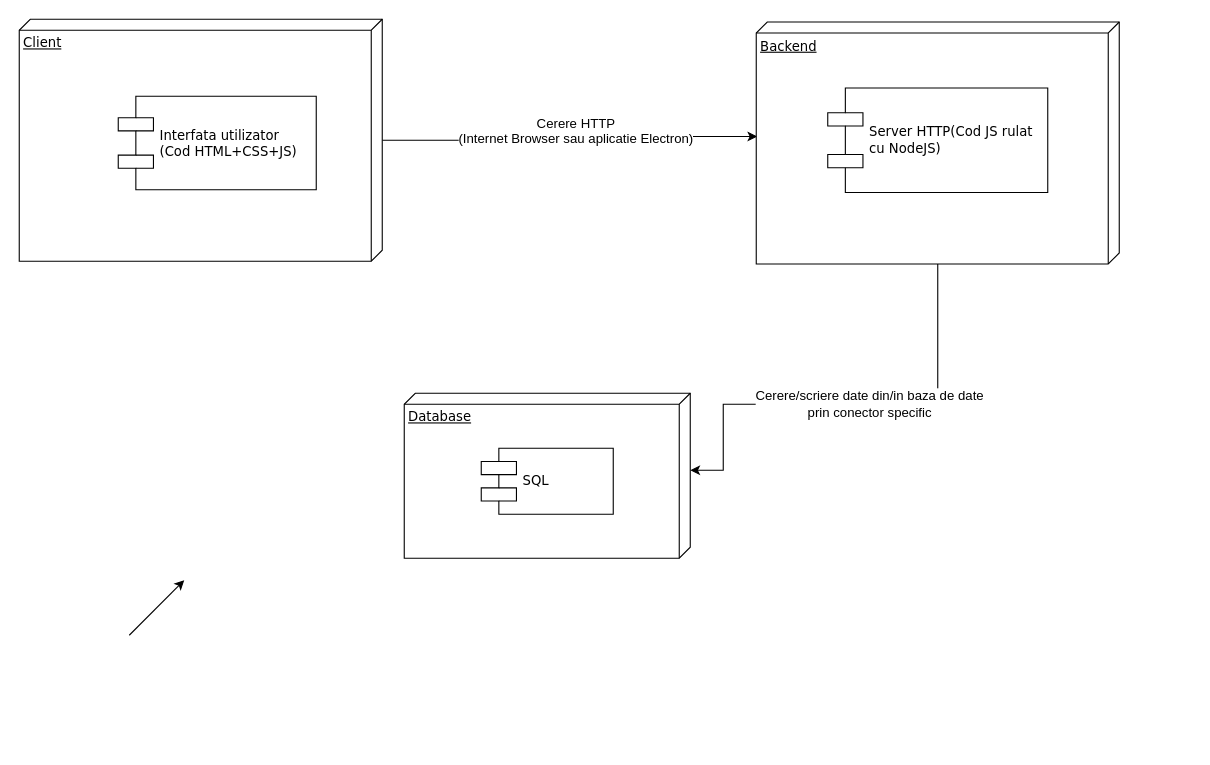
Above: Untitled Diagram.drawio in drakiula/diagrams (draw.io), before the change. Source tidied: cells renumbered, new cells numbered last; positions are measured from the earlier drawing's top-left corner, leaving out a move shared by most shapes. Both pictures are drawn from the tidied source at 110%, with x=0, y=0 at pixel (19, 19).
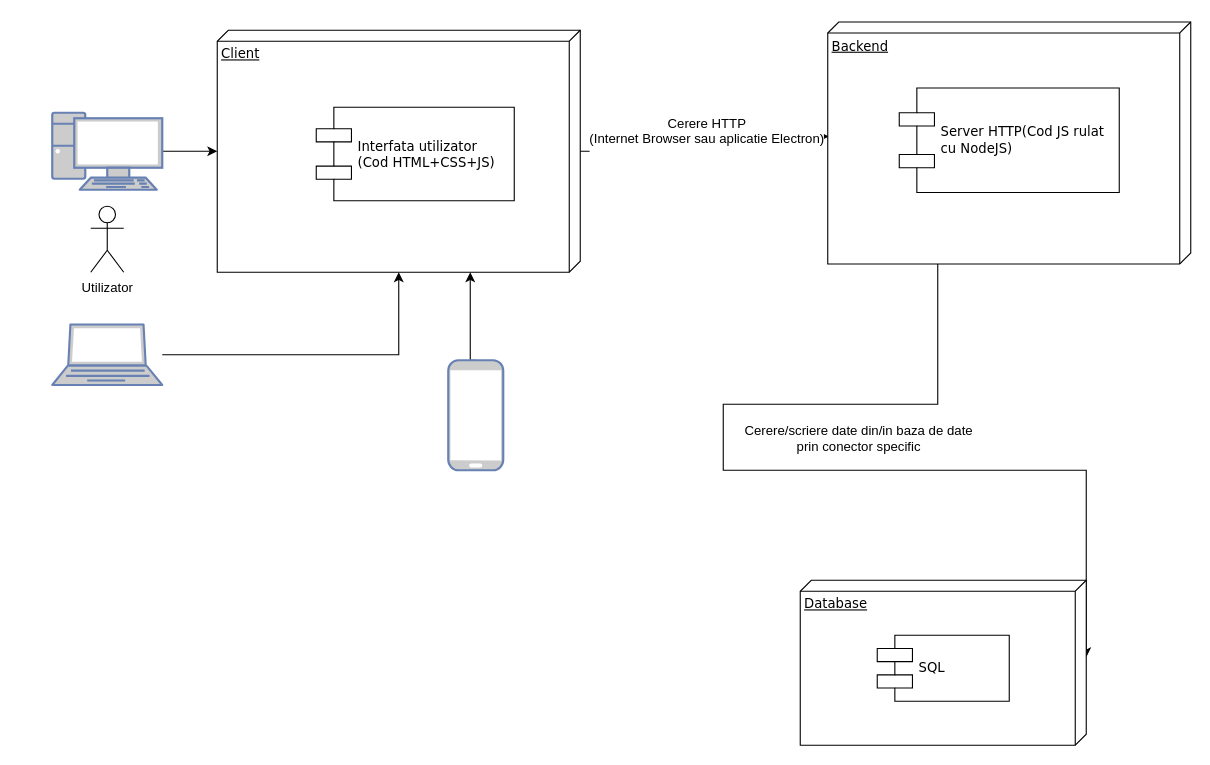
The same diagram, later.

The change refers to these unchanged cells:
```xml
<mxCell id="5" style="edgeStyle=orthogonalEdgeStyle;rounded=0;jettySize=auto;html=1;entryX=0;entryY=0;entryDx=70;entryDy=0;entryPerimeter=0;" parent="1" edge="1" source="7" target="8">
  <mxGeometry relative="1" as="geometry">
    <Array as="points">
      <mxPoint x="835" y="350" />
      <mxPoint x="640" y="350" />
      <mxPoint x="640" y="410" />
    </Array>
  </mxGeometry>
</mxCell>
```

Change to the diagram source:
```diff
@@
     <mxCell id="4" value="Client" style="verticalAlign=top;align=left;spacingTop=8;spacingLeft=2;spacingRight=12;shape=cube;size=10;direction=south;fontStyle=4;html=1;rounded=0;shadow=0;comic=0;labelBackgroundColor=none;strokeColor=#000000;strokeWidth=1;fillColor=#ffffff;fontFamily=Verdana;fontSize=12;fontColor=#000000;" parent="1" vertex="1">
-      <mxGeometry width="330" height="220" as="geometry" />
+      <mxGeometry x="180" y="10" width="330" height="220" as="geometry" />
     </mxCell>
@@
     <mxCell id="6" value="&lt;div&gt;Cerere/scriere date din/in baza de date&lt;/div&gt;&lt;div&gt;prin conector specific&lt;br&gt;&lt;/div&gt;" style="text;html=1;align=center;verticalAlign=middle;labelBackgroundColor=#ffffff;" parent="5" vertex="1">
       <mxGeometry x="-0.39" y="-63" relative="1" as="geometry">
-        <mxPoint y="1" as="offset" />
+        <mxPoint x="68.5" y="93" as="offset" />
       </mxGeometry>
     </mxCell>
     <mxCell id="7" value="Backend" style="verticalAlign=top;align=left;spacingTop=8;spacingLeft=2;spacingRight=12;shape=cube;size=10;direction=south;fontStyle=4;html=1;rounded=0;shadow=0;comic=0;labelBackgroundColor=none;strokeColor=#000000;strokeWidth=1;fillColor=#ffffff;fontFamily=Verdana;fontSize=12;fontColor=#000000;" parent="1" vertex="1">
-      <mxGeometry x="670" y="2.5" width="330" height="220" as="geometry" />
+      <mxGeometry x="735" y="2.5" width="330" height="220" as="geometry" />
     </mxCell>
     <mxCell id="8" value="Database" style="verticalAlign=top;align=left;spacingTop=8;spacingLeft=2;spacingRight=12;shape=cube;size=10;direction=south;fontStyle=4;html=1;rounded=0;shadow=0;comic=0;labelBackgroundColor=none;strokeColor=#000000;strokeWidth=1;fillColor=#ffffff;fontFamily=Verdana;fontSize=12;fontColor=#000000;" parent="1" vertex="1">
-      <mxGeometry x="350" y="340" width="260" height="150" as="geometry" />
+      <mxGeometry x="710" y="510" width="260" height="150" as="geometry" />
     </mxCell>
     <mxCell id="9" value="&lt;div&gt;Interfata utilizator&lt;br&gt;&lt;/div&gt;&lt;div&gt;(Cod HTML+CSS+JS)&lt;/div&gt;" style="shape=component;align=left;spacingLeft=36;rounded=0;shadow=0;comic=0;labelBackgroundColor=none;strokeColor=#000000;strokeWidth=1;fillColor=#ffffff;fontFamily=Verdana;fontSize=12;fontColor=#000000;html=1;" parent="1" vertex="1">
-      <mxGeometry x="90" y="70" width="180" height="85" as="geometry" />
+      <mxGeometry x="270" y="80" width="180" height="85" as="geometry" />
     </mxCell>
     <mxCell id="10" value="&lt;div&gt;Server HTTP(Cod JS rulat&lt;/div&gt;&lt;div&gt;cu NodeJS)&lt;br&gt;&lt;/div&gt;" style="shape=component;align=left;spacingLeft=36;rounded=0;shadow=0;comic=0;labelBackgroundColor=none;strokeColor=#000000;strokeWidth=1;fillColor=#ffffff;fontFamily=Verdana;fontSize=12;fontColor=#000000;html=1;" parent="1" vertex="1">
-      <mxGeometry x="735" y="62.5" width="200" height="95" as="geometry" />
+      <mxGeometry x="800" y="62.5" width="200" height="95" as="geometry" />
     </mxCell>
     <mxCell id="11" value="&lt;div&gt;SQL&lt;/div&gt;" style="shape=component;align=left;spacingLeft=36;rounded=0;shadow=0;comic=0;labelBackgroundColor=none;strokeColor=#000000;strokeWidth=1;fillColor=#ffffff;fontFamily=Verdana;fontSize=12;fontColor=#000000;html=1;" parent="1" vertex="1">
-      <mxGeometry x="420" y="390" width="120" height="60" as="geometry" />
+      <mxGeometry x="780" y="560" width="120" height="60" as="geometry" />
     </mxCell>
-    <mxCell id="12" style="endArrow=classic;html=1;" parent="1" edge="1">
-      <mxGeometry relative="1" as="geometry">
-        <mxPoint x="100" y="560" as="sourcePoint" />
-        <mxPoint x="150" y="510" as="targetPoint" />
-      </mxGeometry>
-    </mxCell>
+    <mxCell id="13" value="&lt;div&gt;Utilizator&lt;/div&gt;&lt;div&gt;&lt;br&gt;&lt;/div&gt;" style="shape=umlActor;verticalLabelPosition=bottom;labelBackgroundColor=#ffffff;verticalAlign=top;html=1;" parent="1" vertex="1">
+      <mxGeometry x="65" y="170" width="30" height="60" as="geometry" />
+    </mxCell>
+    <mxCell id="14" style="edgeStyle=orthogonalEdgeStyle;rounded=0;jettySize=auto;html=1;" parent="1" edge="1" source="15" target="4">
+      <mxGeometry relative="1" as="geometry" />
+    </mxCell>
+    <mxCell id="15" style="fontColor=#0066CC;verticalAlign=top;verticalLabelPosition=bottom;labelPosition=center;align=center;html=1;outlineConnect=0;fillColor=#CCCCCC;strokeColor=#6881B3;gradientColor=none;gradientDirection=north;strokeWidth=2;shape=mxgraph.networks.pc;" parent="1" vertex="1">
+      <mxGeometry x="30" y="85" width="100" height="70" as="geometry" />
+    </mxCell>
+    <mxCell id="16" style="edgeStyle=orthogonalEdgeStyle;rounded=0;jettySize=auto;html=1;" parent="1" edge="1" source="17" target="4">
+      <mxGeometry relative="1" as="geometry" />
+    </mxCell>
+    <mxCell id="17" style="fontColor=#0066CC;verticalAlign=top;verticalLabelPosition=bottom;labelPosition=center;align=center;html=1;outlineConnect=0;fillColor=#CCCCCC;strokeColor=#6881B3;gradientColor=none;gradientDirection=north;strokeWidth=2;shape=mxgraph.networks.laptop;" parent="1" vertex="1">
+      <mxGeometry x="30" y="277.5" width="100" height="55" as="geometry" />
+    </mxCell>
+    <mxCell id="18" style="edgeStyle=orthogonalEdgeStyle;rounded=0;jettySize=auto;html=1;exitX=0.5;exitY=0;exitDx=0;exitDy=0;exitPerimeter=0;" parent="1" edge="1" source="19" target="4">
+      <mxGeometry relative="1" as="geometry">
+        <Array as="points">
+          <mxPoint x="410" y="310" />
+        </Array>
+      </mxGeometry>
+    </mxCell>
+    <mxCell id="19" style="fontColor=#0066CC;verticalAlign=top;verticalLabelPosition=bottom;labelPosition=center;align=center;html=1;outlineConnect=0;fillColor=#CCCCCC;strokeColor=#6881B3;gradientColor=none;gradientDirection=north;strokeWidth=2;shape=mxgraph.networks.mobile;" parent="1" vertex="1">
+      <mxGeometry x="390" y="310" width="50" height="100" as="geometry" />
+    </mxCell>
```
